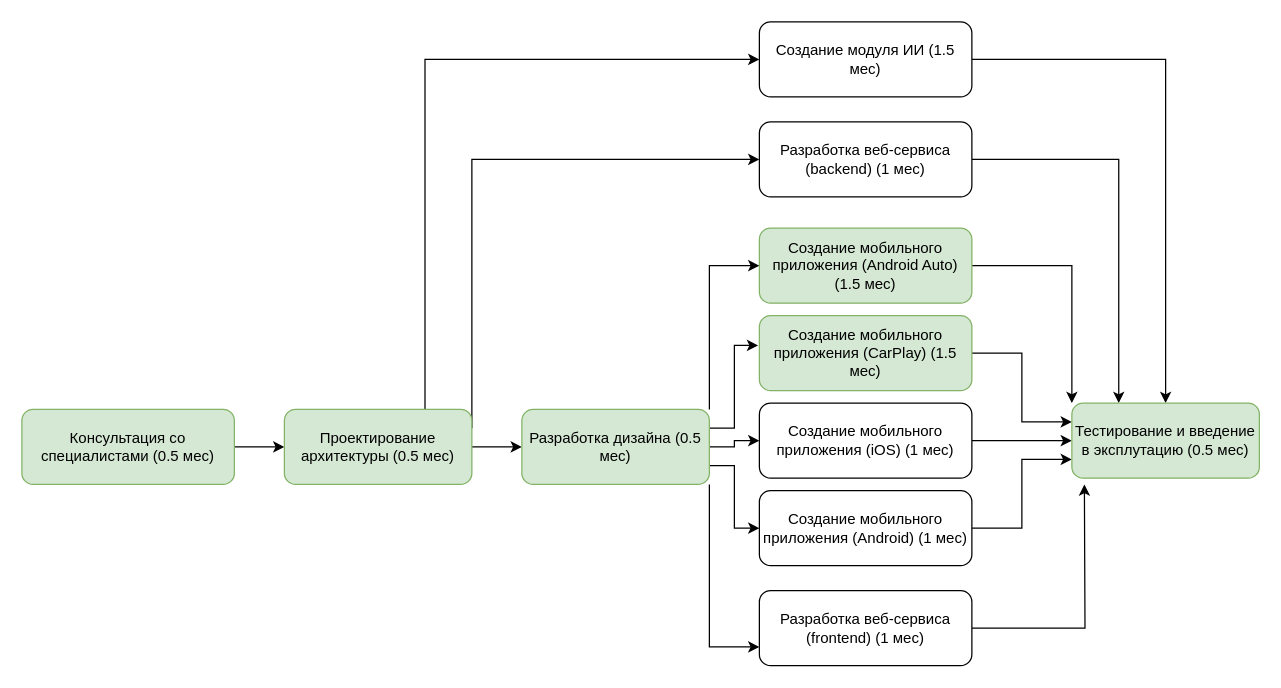
Above: diagrams/бизнес идеи.drawio in rusvlp/UML (draw.io), before the change. Source tidied: cells renumbered, new cells numbered last; positions are measured from the earlier drawing's top-left corner, leaving out a move shared by most shapes. Both pictures are drawn from the tidied source at 125%, with x=0, y=0 at pixel (21, 21).
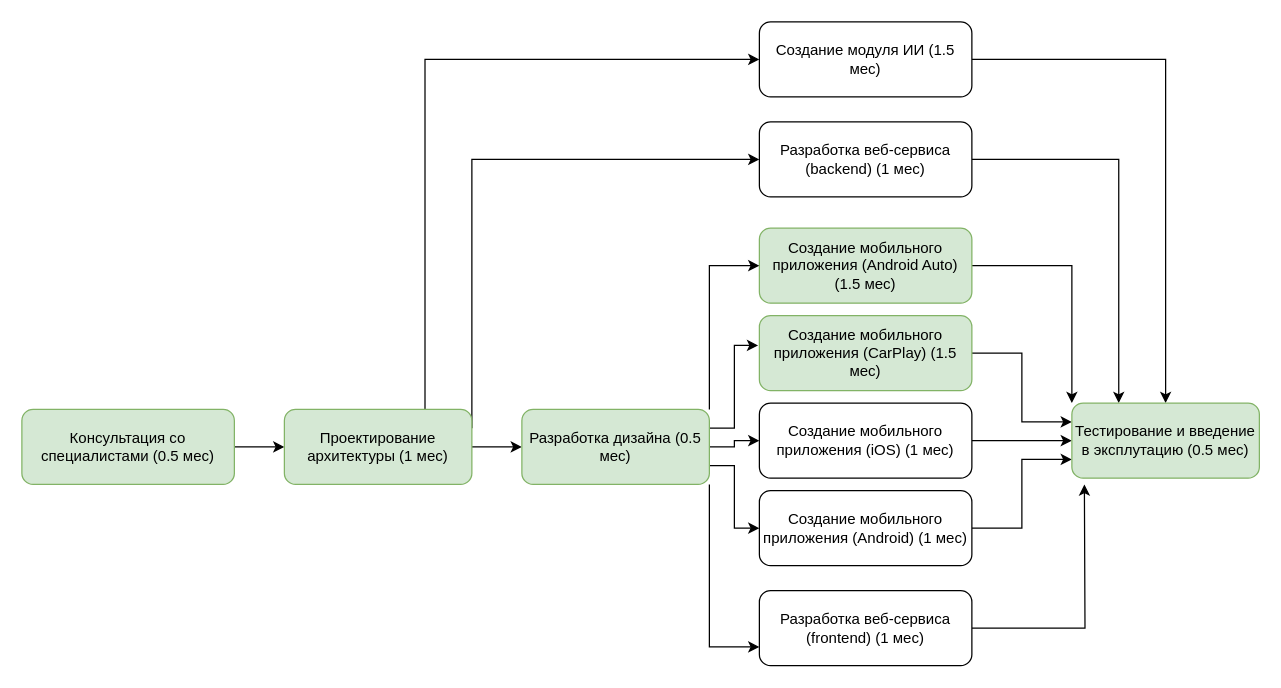
The same diagram, later.

Change to the diagram source:
```diff
@@
-    <mxCell id="7" value="Проектирование архитектуры (0.5 мес)" style="rounded=1;whiteSpace=wrap;html=1;fillColor=#d5e8d4;strokeColor=#82b366;" parent="1" vertex="1">
+    <mxCell id="7" value="Проектирование архитектуры (1 мес)" style="rounded=1;whiteSpace=wrap;html=1;fillColor=#d5e8d4;strokeColor=#82b366;" parent="1" vertex="1">
       <mxGeometry x="210" y="310" width="150" height="60" as="geometry" />
     </mxCell>
```
